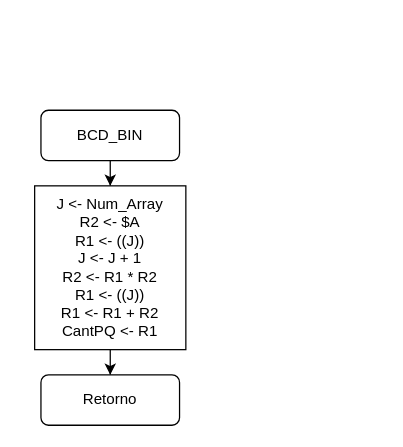
This is Tarea 5/BCD_BIN.drawio from robz25/Microprocesadores, a draw.io file, before an edit. Source tidied: cells renumbered, new cells numbered last; positions are measured from the earlier drawing's top-left corner, leaving out a move shared by most shapes. Both pictures are drawn from the tidied source at 126%, with x=0, y=0 at pixel (34, 110).
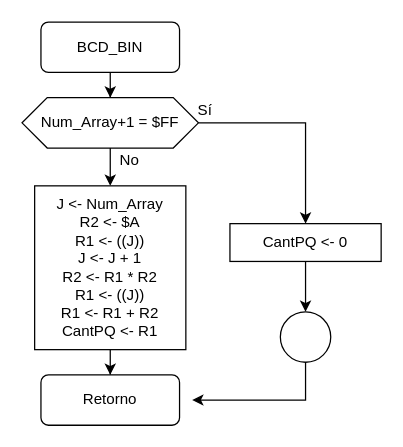
The same page after the edit.

Diff of the diagram source:
```diff
@@
 <mxGraphModel>
   <root>
     <mxCell id="0" />
     <mxCell id="1" parent="0" />
-    <mxCell id="2" style="edgeStyle=orthogonalEdgeStyle;rounded=0;jettySize=auto;html=1;" parent="1" edge="1" source="3" target="5">
+    <mxCell id="2" style="edgeStyle=orthogonalEdgeStyle;rounded=0;jettySize=auto;html=1;" parent="1" edge="1" source="8" target="5">
       <mxGeometry relative="1" as="geometry" />
     </mxCell>
     <mxCell id="3" value="BCD_BIN" style="rounded=1;whiteSpace=wrap;html=1;" parent="1" vertex="1">
-      <mxGeometry x="5" width="110" height="40" as="geometry" />
+      <mxGeometry x="5" y="-70" width="110" height="40" as="geometry" />
     </mxCell>
     <mxCell id="4" style="edgeStyle=orthogonalEdgeStyle;rounded=0;jettySize=auto;html=1;" parent="1" edge="1" source="5" target="6">
       <mxGeometry relative="1" as="geometry" />
     </mxCell>
     <mxCell id="5" value="&lt;div&gt;J &amp;lt;- Num_Array&lt;/div&gt;&lt;div&gt;R2 &amp;lt;- $A&lt;/div&gt;&lt;div&gt;R1 &amp;lt;- ((J))&lt;/div&gt;&lt;div&gt;J &amp;lt;- J + 1&lt;br&gt;&lt;/div&gt;&lt;div&gt;R2 &amp;lt;- R1 * R2&lt;/div&gt;&lt;div&gt;R1 &amp;lt;- ((J))&lt;/div&gt;&lt;div&gt;R1 &amp;lt;- R1 + R2&lt;/div&gt;&lt;div&gt;CantPQ &amp;lt;- R1&lt;br&gt;&lt;/div&gt;" style="rounded=0;whiteSpace=wrap;html=1;" parent="1" vertex="1">
       <mxGeometry y="60" width="120" height="130" as="geometry" />
     </mxCell>
     <mxCell id="6" value="Retorno" style="rounded=1;whiteSpace=wrap;html=1;" parent="1" vertex="1">
       <mxGeometry x="5" y="210" width="110" height="40" as="geometry" />
     </mxCell>
+    <mxCell id="7" style="edgeStyle=orthogonalEdgeStyle;rounded=0;jettySize=auto;html=1;entryX=0.5;entryY=0;entryDx=0;entryDy=0;" parent="1" edge="1" source="8" target="11">
+      <mxGeometry relative="1" as="geometry" />
+    </mxCell>
+    <mxCell id="8" value="Num_Array+1 = $FF" style="shape=hexagon;perimeter=hexagonPerimeter2;whiteSpace=wrap;html=1;fixedSize=1;" parent="1" vertex="1">
+      <mxGeometry x="-10" y="-10" width="140" height="40" as="geometry" />
+    </mxCell>
+    <mxCell id="9" style="edgeStyle=orthogonalEdgeStyle;rounded=0;jettySize=auto;html=1;" parent="1" edge="1" source="3" target="8">
+      <mxGeometry relative="1" as="geometry" />
+    </mxCell>
+    <mxCell id="10" style="edgeStyle=orthogonalEdgeStyle;rounded=0;jettySize=auto;html=1;" parent="1" edge="1" source="11" target="13">
+      <mxGeometry relative="1" as="geometry" />
+    </mxCell>
+    <mxCell id="11" value="CantPQ &amp;lt;- 0" style="rounded=0;whiteSpace=wrap;html=1;" parent="1" vertex="1">
+      <mxGeometry x="155" y="90" width="120" height="30" as="geometry" />
+    </mxCell>
+    <mxCell id="12" style="edgeStyle=orthogonalEdgeStyle;rounded=0;jettySize=auto;html=1;exitX=0.5;exitY=1;exitDx=0;exitDy=0;" parent="1" edge="1" source="13">
+      <mxGeometry relative="1" as="geometry">
+        <mxPoint x="125" y="230" as="targetPoint" />
+        <Array as="points">
+          <mxPoint x="215" y="230" />
+        </Array>
+      </mxGeometry>
+    </mxCell>
+    <mxCell id="13" style="ellipse;whiteSpace=wrap;html=1;" parent="1" vertex="1">
+      <mxGeometry x="195" y="160" width="40" height="40" as="geometry" />
+    </mxCell>
+    <mxCell id="14" value="Sí" style="text;html=1;align=center;verticalAlign=middle;" parent="1" vertex="1">
+      <mxGeometry x="120" y="-10" width="30" height="20" as="geometry" />
+    </mxCell>
+    <mxCell id="15" value="No" style="text;html=1;align=center;verticalAlign=middle;" parent="1" vertex="1">
+      <mxGeometry x="60" y="30" width="30" height="20" as="geometry" />
+    </mxCell>
   </root>
 </mxGraphModel>
```
